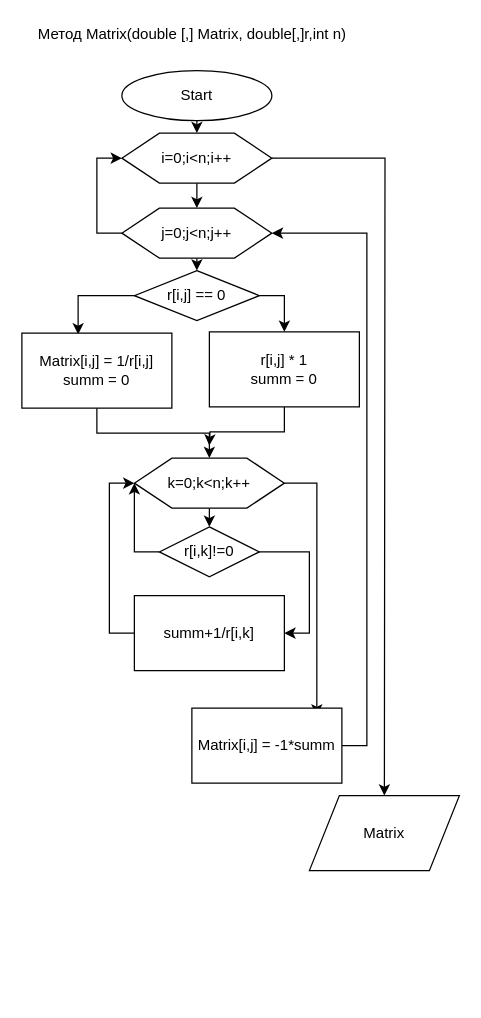
Above: page "Page-3" (3 of 4) of Untitled Diagram.drawio in vvpykhtin/doublefact_meth (draw.io), before the change. Source tidied: cells renumbered, new cells numbered last; positions are measured from the earlier drawing's top-left corner, leaving out a move shared by most shapes. Both pictures are drawn from the tidied source at 125%, with x=0, y=0 at pixel (21, 21).
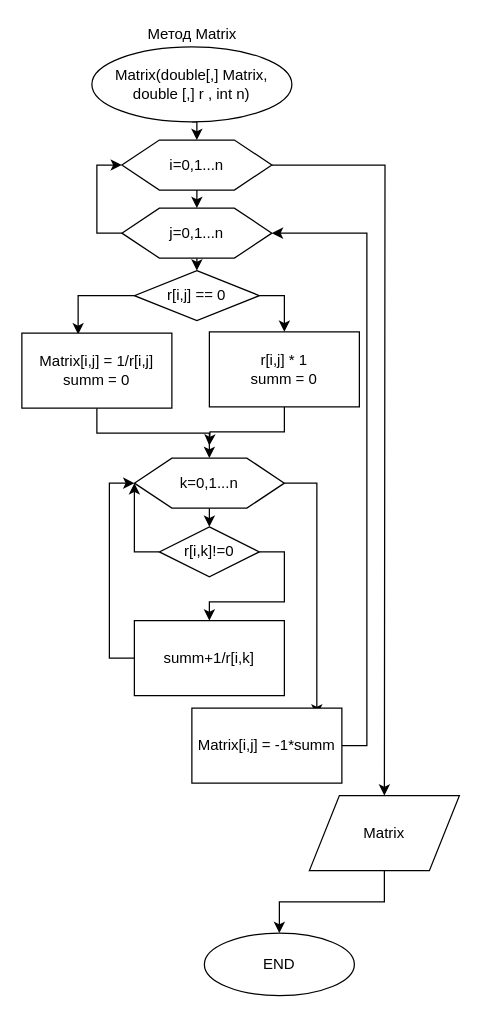
After the change.

The change refers to these unchanged cells:
```xml
<mxCell id="20" value="r[i,k]!=0" style="rhombus;whiteSpace=wrap;html=1;" parent="1" vertex="1">
  <mxGeometry x="110" y="404" width="80" height="40" as="geometry" />
</mxCell>
<mxCell id="25" value="Matrix" style="shape=parallelogram;perimeter=parallelogramPerimeter;whiteSpace=wrap;html=1;" parent="1" vertex="1">
  <mxGeometry x="230" y="619" width="120" height="60" as="geometry" />
</mxCell>
```

The edit, as a diff of the source:
```diff
@@
-    <mxCell id="2" value="Метод Matrix(double [,] Matrix, double[,]r,int n)" style="text;html=1;align=center;verticalAlign=middle;" parent="1" vertex="1">
-      <mxGeometry x="6" width="260" height="20" as="geometry" />
+    <mxCell id="2" value="Метод Matrix" style="text;html=1;align=center;verticalAlign=middle;" parent="1" vertex="1">
+      <mxGeometry x="91" width="90" height="20" as="geometry" />
     </mxCell>
@@
-    <mxCell id="4" value="Start" style="ellipse;whiteSpace=wrap;html=1;" parent="1" vertex="1">
-      <mxGeometry x="80" y="39" width="120" height="40" as="geometry" />
+    <mxCell id="4" value="Matrix(double[,] Matrix, double [,] r , int n)" style="ellipse;whiteSpace=wrap;html=1;" parent="1" vertex="1">
+      <mxGeometry x="56" y="20" width="160" height="60" as="geometry" />
     </mxCell>
@@
-    <mxCell id="7" value="i=0;i&amp;lt;n;i++" style="shape=hexagon;perimeter=hexagonPerimeter2;whiteSpace=wrap;html=1;" parent="1" vertex="1">
-      <mxGeometry x="80" y="89" width="120" height="40" as="geometry" />
+    <mxCell id="7" value="i=0,1...n" style="shape=hexagon;perimeter=hexagonPerimeter2;whiteSpace=wrap;html=1;" parent="1" vertex="1">
+      <mxGeometry x="80" y="94.5" width="120" height="40" as="geometry" />
     </mxCell>
@@
-    <mxCell id="17" value="k=0;k&amp;lt;n;k++" style="shape=hexagon;perimeter=hexagonPerimeter2;whiteSpace=wrap;html=1;" parent="1" vertex="1">
+    <mxCell id="17" value="k=0,1...n" style="shape=hexagon;perimeter=hexagonPerimeter2;whiteSpace=wrap;html=1;" parent="1" vertex="1">
       <mxGeometry x="90" y="349" width="120" height="40" as="geometry" />
     </mxCell>
+    <mxCell id="19" style="edgeStyle=orthogonalEdgeStyle;rounded=0;jettySize=auto;html=1;exitX=0;exitY=0.5;exitDx=0;exitDy=0;" parent="1" edge="1" source="20">
+      <mxGeometry relative="1" as="geometry">
+        <mxPoint x="90" y="369" as="targetPoint" />
+      </mxGeometry>
+    </mxCell>
-    <mxCell id="18" style="edgeStyle=orthogonalEdgeStyle;rounded=0;jettySize=auto;html=1;exitX=1;exitY=0.5;exitDx=0;exitDy=0;entryX=1;entryY=0.5;entryDx=0;entryDy=0;" parent="1" edge="1" source="20" target="22">
+    <mxCell id="18" style="edgeStyle=orthogonalEdgeStyle;rounded=0;jettySize=auto;html=1;exitX=1;exitY=0.5;exitDx=0;exitDy=0;entryX=0.5;entryY=0;entryDx=0;entryDy=0;" parent="1" edge="1" source="20" target="22">
       <mxGeometry relative="1" as="geometry" />
     </mxCell>
-    <mxCell id="19" style="edgeStyle=orthogonalEdgeStyle;rounded=0;jettySize=auto;html=1;exitX=0;exitY=0.5;exitDx=0;exitDy=0;" parent="1" edge="1" source="20">
-      <mxGeometry relative="1" as="geometry">
-        <mxPoint x="90" y="369" as="targetPoint" />
-      </mxGeometry>
-    </mxCell>
@@
     <mxCell id="22" value="summ+1/r[i,k]" style="rounded=0;whiteSpace=wrap;html=1;" parent="1" vertex="1">
-      <mxGeometry x="90" y="459" width="120" height="60" as="geometry" />
+      <mxGeometry x="90" y="479" width="120" height="60" as="geometry" />
     </mxCell>
@@
+    <mxCell id="29" style="edgeStyle=orthogonalEdgeStyle;rounded=0;jettySize=auto;html=1;exitX=0.5;exitY=1;exitDx=0;exitDy=0;entryX=0.5;entryY=0;entryDx=0;entryDy=0;" parent="1" edge="1" source="25" target="30">
+      <mxGeometry relative="1" as="geometry" />
+    </mxCell>
@@
-    <mxCell id="28" value="j=0;j&amp;lt;n;j++" style="shape=hexagon;perimeter=hexagonPerimeter2;whiteSpace=wrap;html=1;" parent="1" vertex="1">
+    <mxCell id="28" value="j=0,1...n" style="shape=hexagon;perimeter=hexagonPerimeter2;whiteSpace=wrap;html=1;" parent="1" vertex="1">
       <mxGeometry x="80" y="149" width="120" height="40" as="geometry" />
     </mxCell>
+    <mxCell id="30" value="END" style="ellipse;whiteSpace=wrap;html=1;" parent="1" vertex="1">
+      <mxGeometry x="146" y="729" width="120" height="50" as="geometry" />
+    </mxCell>
```
